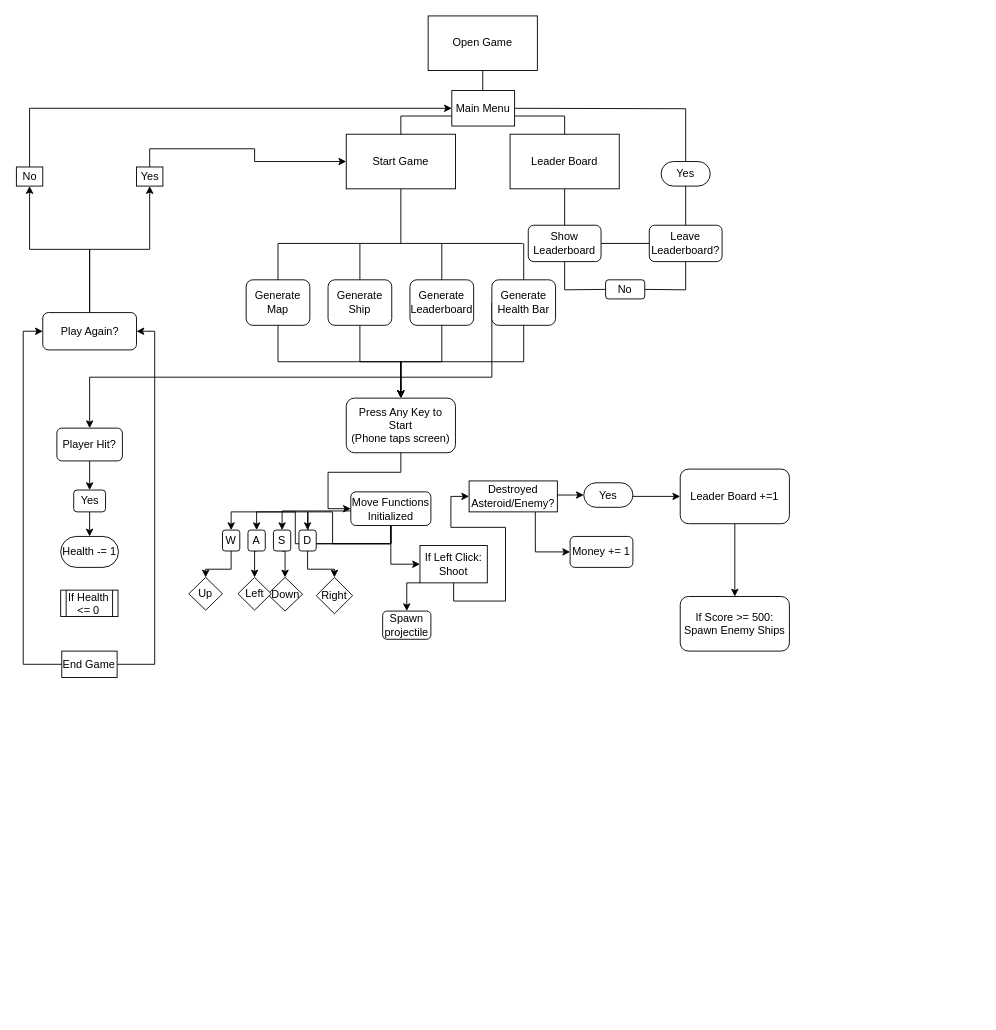
This is FlowChartA-Steroids.drawio from GaiaDweller/Reed-and-Carson, a draw.io file, before an edit. Source tidied: cells renumbered, new cells numbered last; positions are measured from the earlier drawing's top-left corner, leaving out a move shared by most shapes. Both pictures are drawn from the tidied source at 91%, with x=0, y=0 at pixel (16, 15).
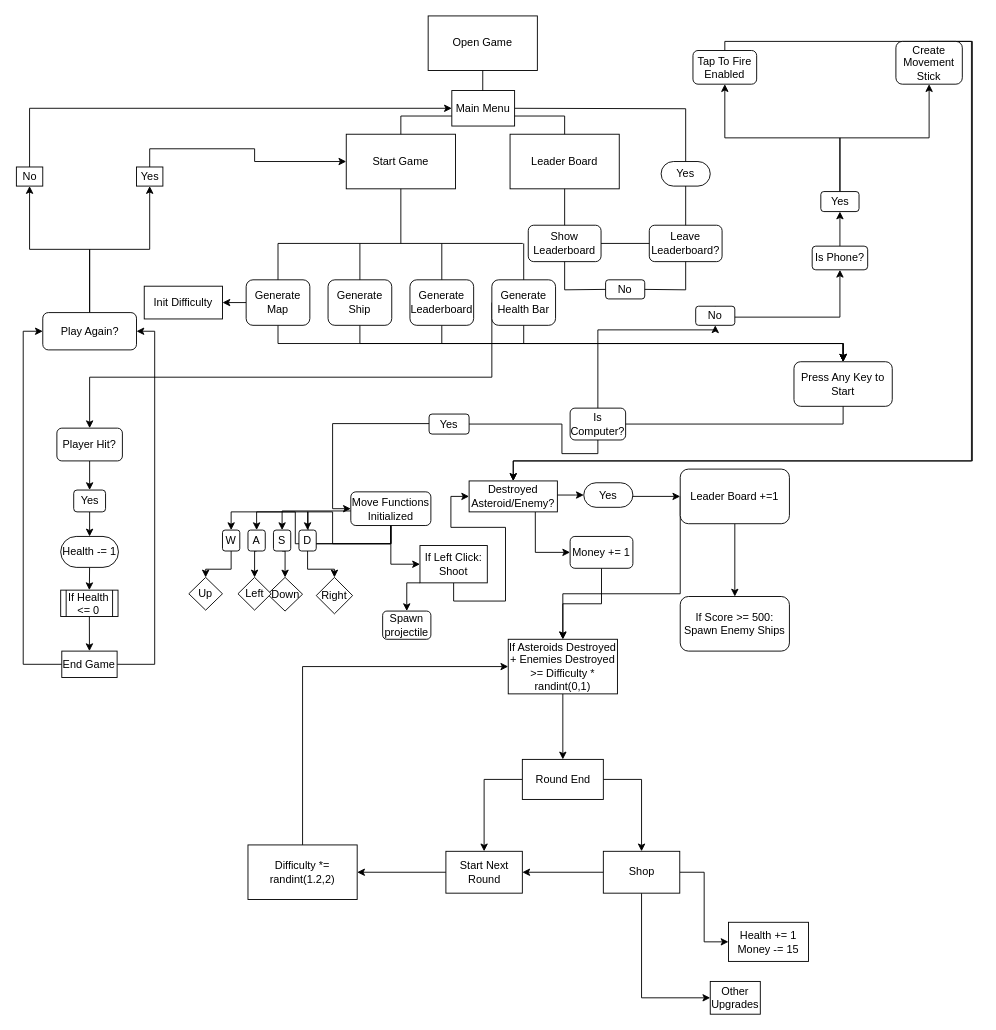
The same diagram, later.

Unchanged cells that the change refers to:
```xml
<mxCell id="13" value="Generate Map" style="rounded=1;whiteSpace=wrap;html=1;" parent="1" vertex="1">
  <mxGeometry x="252" y="290" width="70" height="50" as="geometry" />
</mxCell>
<mxCell id="39" value="Destroyed Asteroid/Enemy?" style="rounded=0;whiteSpace=wrap;html=1;" parent="1" vertex="1">
  <mxGeometry x="497" y="511" width="97" height="34" as="geometry" />
</mxCell>
<mxCell id="43" value="Leader Board +=1" style="rounded=1;whiteSpace=wrap;html=1;" parent="1" vertex="1">
  <mxGeometry x="729" y="498" width="120" height="60" as="geometry" />
</mxCell>
<mxCell id="50" value="Move Functions Initialized" style="rounded=1;whiteSpace=wrap;html=1;" parent="1" vertex="1">
  <mxGeometry x="367" y="523" width="88" height="37" as="geometry" />
</mxCell>
<mxCell id="71" value="Health -= 1" style="rounded=1;whiteSpace=wrap;html=1;arcSize=50;" parent="1" vertex="1">
  <mxGeometry x="48.2" y="572" width="63.5" height="34" as="geometry" />
</mxCell>
<mxCell id="73" value="If Health &amp;lt;= 0" style="shape=process;whiteSpace=wrap;html=1;backgroundOutline=1;" parent="1" vertex="1">
  <mxGeometry x="48.2" y="631" width="63" height="29" as="geometry" />
</mxCell>
<mxCell id="76" value="End Game" style="rounded=0;whiteSpace=wrap;html=1;" parent="1" vertex="1">
  <mxGeometry x="49.4" y="698" width="60.8" height="29" as="geometry" />
</mxCell>
```

The edit, as a diff of the source:
```diff
@@
+    <mxCell id="85" style="edgeStyle=orthogonalEdgeStyle;rounded=0;jettySize=auto;html=1;exitX=0;exitY=0.5;exitDx=0;exitDy=0;entryX=1;entryY=0.5;entryDx=0;entryDy=0;" parent="1" edge="1" source="13" target="106">
+      <mxGeometry relative="1" as="geometry" />
+    </mxCell>
@@
-    <mxCell id="27" value="Press Any Key to Start&lt;div&gt;(Phone taps screen)&lt;/div&gt;" style="rounded=1;whiteSpace=wrap;html=1;" parent="1" vertex="1">
-      <mxGeometry x="362" y="420" width="120" height="60" as="geometry" />
+    <mxCell id="27" value="Press Any Key to Start" style="rounded=1;whiteSpace=wrap;html=1;" parent="1" vertex="1">
+      <mxGeometry x="854" y="380" width="108" height="49" as="geometry" />
     </mxCell>
@@
+    <mxCell id="86" style="edgeStyle=orthogonalEdgeStyle;rounded=0;jettySize=auto;html=1;exitX=0;exitY=0.5;exitDx=0;exitDy=0;" parent="1" edge="1" source="43" target="108">
+      <mxGeometry relative="1" as="geometry">
+        <Array as="points">
+          <mxPoint x="729" y="635" />
+          <mxPoint x="600" y="635" />
+        </Array>
+      </mxGeometry>
+    </mxCell>
@@
-    <mxCell id="45" style="edgeStyle=orthogonalEdgeStyle;rounded=0;jettySize=auto;html=1;exitX=0.5;exitY=1;exitDx=0;exitDy=0;entryX=0;entryY=0.5;entryDx=0;entryDy=0;" parent="1" edge="1" source="27" target="50">
-      <mxGeometry relative="1" as="geometry" />
+    <mxCell id="45" style="edgeStyle=orthogonalEdgeStyle;rounded=0;jettySize=auto;html=1;exitX=0.5;exitY=1;exitDx=0;exitDy=0;entryX=0;entryY=0.5;entryDx=0;entryDy=0;" parent="1" edge="1" source="94" target="50">
+      <mxGeometry relative="1" as="geometry">
+        <Array as="points">
+          <mxPoint x="347" y="448" />
+          <mxPoint x="347" y="542" />
+        </Array>
+      </mxGeometry>
     </mxCell>
@@
+    <mxCell id="87" style="edgeStyle=orthogonalEdgeStyle;rounded=0;jettySize=auto;html=1;exitX=0.5;exitY=1;exitDx=0;exitDy=0;entryX=0.5;entryY=0;entryDx=0;entryDy=0;" parent="1" edge="1" source="71" target="73">
+      <mxGeometry relative="1" as="geometry" />
+    </mxCell>
@@
+    <mxCell id="88" style="edgeStyle=orthogonalEdgeStyle;rounded=0;jettySize=auto;html=1;exitX=0.5;exitY=1;exitDx=0;exitDy=0;entryX=0.5;entryY=0;entryDx=0;entryDy=0;" parent="1" edge="1" source="72" target="108">
+      <mxGeometry relative="1" as="geometry" />
+    </mxCell>
     <mxCell id="72" value="Money += 1" style="rounded=1;whiteSpace=wrap;html=1;" parent="1" vertex="1">
-      <mxGeometry x="608" y="572" width="69" height="34" as="geometry" />
+      <mxGeometry x="608" y="572" width="69" height="35" as="geometry" />
     </mxCell>
+    <mxCell id="89" style="edgeStyle=orthogonalEdgeStyle;rounded=0;jettySize=auto;html=1;exitX=0.5;exitY=1;exitDx=0;exitDy=0;entryX=0.5;entryY=0;entryDx=0;entryDy=0;" parent="1" edge="1" source="73" target="76">
+      <mxGeometry relative="1" as="geometry" />
+    </mxCell>
@@
+    <mxCell id="90" style="edgeStyle=orthogonalEdgeStyle;rounded=0;jettySize=auto;html=1;exitX=0.5;exitY=1;exitDx=0;exitDy=0;entryX=0;entryY=0.5;entryDx=0;entryDy=0;" parent="1" edge="1" source="27" target="92">
+      <mxGeometry relative="1" as="geometry">
+        <Array as="points">
+          <mxPoint x="908" y="448" />
+        </Array>
+      </mxGeometry>
+    </mxCell>
+    <mxCell id="91" style="edgeStyle=orthogonalEdgeStyle;rounded=0;jettySize=auto;html=1;exitX=0.5;exitY=0;exitDx=0;exitDy=0;entryX=0.5;entryY=1;entryDx=0;entryDy=0;" parent="1" edge="1" source="98" target="96">
+      <mxGeometry relative="1" as="geometry">
+        <Array as="points">
+          <mxPoint x="768" y="331" />
+          <mxPoint x="905" y="331" />
+        </Array>
+      </mxGeometry>
+    </mxCell>
+    <mxCell id="92" value="Is Computer?" style="rounded=1;whiteSpace=wrap;html=1;" parent="1" vertex="1">
+      <mxGeometry x="608" y="431" width="61" height="35" as="geometry" />
+    </mxCell>
+    <mxCell id="93" style="edgeStyle=orthogonalEdgeStyle;rounded=0;jettySize=auto;html=1;exitX=0.5;exitY=1;exitDx=0;exitDy=0;entryX=0;entryY=0.5;entryDx=0;entryDy=0;" parent="1" edge="1" source="92" target="94">
+      <mxGeometry relative="1" as="geometry">
+        <Array as="points">
+          <mxPoint x="639" y="481" />
+          <mxPoint x="599" y="481" />
+          <mxPoint x="599" y="449" />
+        </Array>
+      </mxGeometry>
+    </mxCell>
+    <mxCell id="94" value="Yes" style="rounded=1;whiteSpace=wrap;html=1;" parent="1" vertex="1">
+      <mxGeometry x="453" y="437.5" width="44" height="22" as="geometry" />
+    </mxCell>
+    <mxCell id="95" style="edgeStyle=orthogonalEdgeStyle;rounded=0;jettySize=auto;html=1;exitX=0.5;exitY=0;exitDx=0;exitDy=0;entryX=0.5;entryY=1;entryDx=0;entryDy=0;" parent="1" edge="1" source="96" target="101">
+      <mxGeometry relative="1" as="geometry" />
+    </mxCell>
+    <mxCell id="96" value="Is Phone?" style="rounded=1;whiteSpace=wrap;html=1;" parent="1" vertex="1">
+      <mxGeometry x="874" y="253" width="61" height="26" as="geometry" />
+    </mxCell>
+    <mxCell id="97" style="edgeStyle=orthogonalEdgeStyle;rounded=0;jettySize=auto;html=1;exitX=0.5;exitY=0;exitDx=0;exitDy=0;entryX=0.5;entryY=1;entryDx=0;entryDy=0;" parent="1" edge="1" source="92" target="98">
+      <mxGeometry relative="1" as="geometry">
+        <Array as="points">
+          <mxPoint x="639" y="345" />
+          <mxPoint x="768" y="345" />
+        </Array>
+      </mxGeometry>
+    </mxCell>
+    <mxCell id="98" value="No" style="rounded=1;whiteSpace=wrap;html=1;" parent="1" vertex="1">
+      <mxGeometry x="746" y="319" width="43" height="21" as="geometry" />
+    </mxCell>
+    <mxCell id="99" style="edgeStyle=orthogonalEdgeStyle;rounded=0;jettySize=auto;html=1;exitX=0.5;exitY=0;exitDx=0;exitDy=0;entryX=0.5;entryY=1;entryDx=0;entryDy=0;" parent="1" edge="1" source="101" target="103">
+      <mxGeometry relative="1" as="geometry" />
+    </mxCell>
+    <mxCell id="100" style="edgeStyle=orthogonalEdgeStyle;rounded=0;jettySize=auto;html=1;exitX=0.5;exitY=0;exitDx=0;exitDy=0;entryX=0.5;entryY=1;entryDx=0;entryDy=0;" parent="1" edge="1" source="101" target="105">
+      <mxGeometry relative="1" as="geometry" />
+    </mxCell>
+    <mxCell id="101" value="Yes" style="rounded=1;whiteSpace=wrap;html=1;" parent="1" vertex="1">
+      <mxGeometry x="883.5" y="193" width="42" height="22" as="geometry" />
+    </mxCell>
+    <mxCell id="102" style="edgeStyle=orthogonalEdgeStyle;rounded=0;jettySize=auto;html=1;exitX=0.5;exitY=0;exitDx=0;exitDy=0;entryX=0.5;entryY=0;entryDx=0;entryDy=0;" parent="1" edge="1" source="103" target="39">
+      <mxGeometry relative="1" as="geometry">
+        <Array as="points">
+          <mxPoint x="778" y="28" />
+          <mxPoint x="1049" y="28" />
+          <mxPoint x="1049" y="489" />
+          <mxPoint x="546" y="489" />
+        </Array>
+      </mxGeometry>
+    </mxCell>
+    <mxCell id="103" value="Tap To Fire Enabled" style="rounded=1;whiteSpace=wrap;html=1;" parent="1" vertex="1">
+      <mxGeometry x="743" y="38" width="70" height="37" as="geometry" />
+    </mxCell>
+    <mxCell id="104" style="edgeStyle=orthogonalEdgeStyle;rounded=0;jettySize=auto;html=1;exitX=0.5;exitY=0;exitDx=0;exitDy=0;entryX=0.5;entryY=0;entryDx=0;entryDy=0;" parent="1" edge="1" source="105" target="39">
+      <mxGeometry relative="1" as="geometry">
+        <Array as="points">
+          <mxPoint x="1050" y="28" />
+          <mxPoint x="1050" y="489" />
+          <mxPoint x="546" y="489" />
+        </Array>
+      </mxGeometry>
+    </mxCell>
+    <mxCell id="105" value="Create Movement Stick" style="rounded=1;whiteSpace=wrap;html=1;" parent="1" vertex="1">
+      <mxGeometry x="966" y="28" width="73" height="47" as="geometry" />
+    </mxCell>
+    <mxCell id="106" value="Init Difficulty" style="rounded=0;whiteSpace=wrap;html=1;" parent="1" vertex="1">
+      <mxGeometry x="140" y="297" width="86" height="36" as="geometry" />
+    </mxCell>
+    <mxCell id="107" style="edgeStyle=orthogonalEdgeStyle;rounded=0;jettySize=auto;html=1;exitX=0.5;exitY=1;exitDx=0;exitDy=0;entryX=0.5;entryY=0;entryDx=0;entryDy=0;" parent="1" edge="1" source="108" target="111">
+      <mxGeometry relative="1" as="geometry" />
+    </mxCell>
+    <mxCell id="108" value="If Asteroids Destroyed + Enemies Destroyed &amp;gt;= Difficulty * randint(0,1)" style="rounded=0;whiteSpace=wrap;html=1;" parent="1" vertex="1">
+      <mxGeometry x="540" y="685" width="120" height="60" as="geometry" />
+    </mxCell>
+    <mxCell id="109" style="edgeStyle=orthogonalEdgeStyle;rounded=0;jettySize=auto;html=1;exitX=1;exitY=0.5;exitDx=0;exitDy=0;entryX=0.5;entryY=0;entryDx=0;entryDy=0;" parent="1" edge="1" source="111" target="117">
+      <mxGeometry relative="1" as="geometry" />
+    </mxCell>
+    <mxCell id="110" style="edgeStyle=orthogonalEdgeStyle;rounded=0;jettySize=auto;html=1;exitX=0;exitY=0.5;exitDx=0;exitDy=0;" parent="1" edge="1" source="111" target="113">
+      <mxGeometry relative="1" as="geometry" />
+    </mxCell>
+    <mxCell id="111" value="Round End" style="rounded=0;whiteSpace=wrap;html=1;" parent="1" vertex="1">
+      <mxGeometry x="555.5" y="817" width="89" height="44" as="geometry" />
+    </mxCell>
+    <mxCell id="112" style="edgeStyle=orthogonalEdgeStyle;rounded=0;jettySize=auto;html=1;exitX=0;exitY=0.5;exitDx=0;exitDy=0;entryX=1;entryY=0.5;entryDx=0;entryDy=0;" parent="1" edge="1" source="113" target="121">
+      <mxGeometry relative="1" as="geometry" />
+    </mxCell>
+    <mxCell id="113" value="Start Next Round" style="rounded=0;whiteSpace=wrap;html=1;" parent="1" vertex="1">
+      <mxGeometry x="471.5" y="918" width="84" height="46" as="geometry" />
+    </mxCell>
+    <mxCell id="114" style="edgeStyle=orthogonalEdgeStyle;rounded=0;jettySize=auto;html=1;exitX=0;exitY=0.5;exitDx=0;exitDy=0;entryX=1;entryY=0.5;entryDx=0;entryDy=0;" parent="1" edge="1" source="117" target="113">
+      <mxGeometry relative="1" as="geometry" />
+    </mxCell>
+    <mxCell id="115" style="edgeStyle=orthogonalEdgeStyle;rounded=0;jettySize=auto;html=1;exitX=1;exitY=0.5;exitDx=0;exitDy=0;entryX=0;entryY=0.5;entryDx=0;entryDy=0;" parent="1" edge="1" source="117" target="118">
+      <mxGeometry relative="1" as="geometry" />
+    </mxCell>
+    <mxCell id="116" style="edgeStyle=orthogonalEdgeStyle;rounded=0;jettySize=auto;html=1;exitX=0.5;exitY=1;exitDx=0;exitDy=0;entryX=0;entryY=0.5;entryDx=0;entryDy=0;" parent="1" edge="1" source="117" target="119">
+      <mxGeometry relative="1" as="geometry" />
+    </mxCell>
+    <mxCell id="117" value="Shop" style="rounded=0;whiteSpace=wrap;html=1;" parent="1" vertex="1">
+      <mxGeometry x="644.5" y="918" width="84" height="46" as="geometry" />
+    </mxCell>
+    <mxCell id="118" value="Health += 1&lt;br&gt;Money -= 15" style="rounded=0;whiteSpace=wrap;html=1;" parent="1" vertex="1">
+      <mxGeometry x="782" y="996" width="88" height="43" as="geometry" />
+    </mxCell>
+    <mxCell id="119" value="Other Upgrades" style="rounded=0;whiteSpace=wrap;html=1;" parent="1" vertex="1">
+      <mxGeometry x="762" y="1061" width="55" height="36" as="geometry" />
+    </mxCell>
+    <mxCell id="120" style="edgeStyle=orthogonalEdgeStyle;rounded=0;jettySize=auto;html=1;exitX=0.5;exitY=0;exitDx=0;exitDy=0;entryX=0;entryY=0.5;entryDx=0;entryDy=0;" parent="1" edge="1" source="121" target="108">
+      <mxGeometry relative="1" as="geometry" />
+    </mxCell>
+    <mxCell id="121" value="Difficulty *= randint(1.2,2)" style="rounded=0;whiteSpace=wrap;html=1;" parent="1" vertex="1">
+      <mxGeometry x="254" y="911" width="120" height="60" as="geometry" />
+    </mxCell>
```
